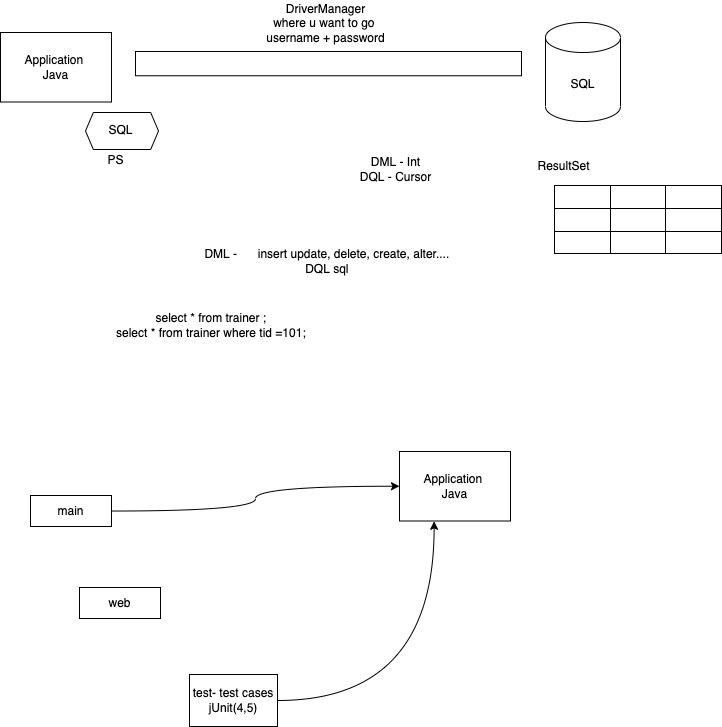
This is images/day5.drawio.png from adithnaveen/2022-jul-asde-jfs-sapient, a draw.io export, as it was before one commit. Source tidied: cells renumbered, new cells last; positions are measured from the earlier drawing's top-left corner, leaving out a move shared by most shapes.
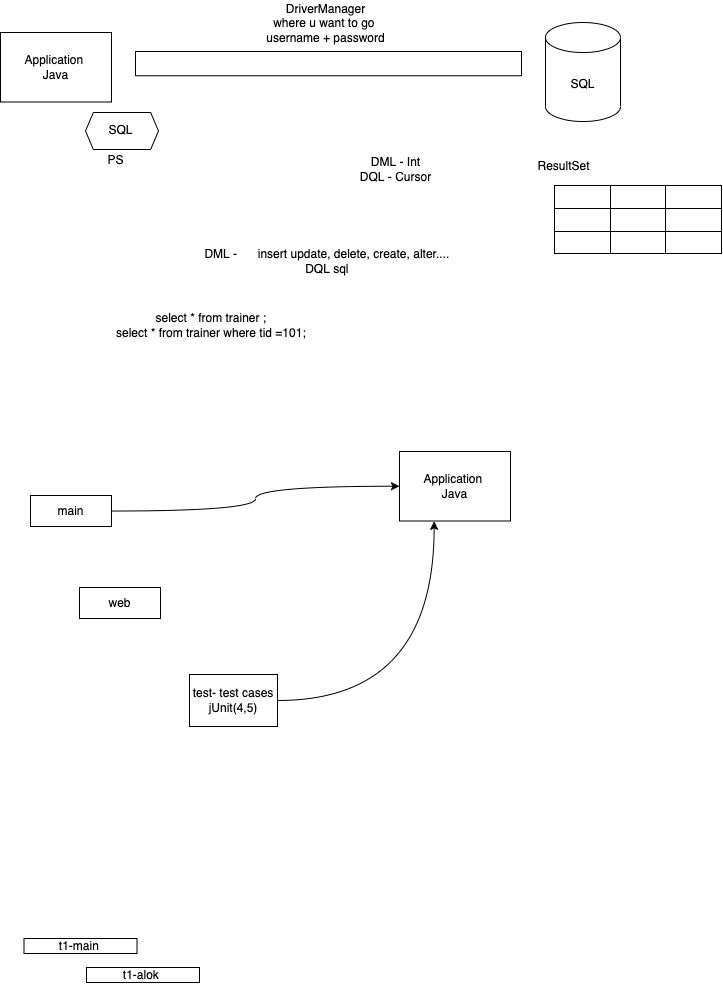
Above is the later version.

Diff of the diagram source:
```diff
@@ -92,5 +92,11 @@
     <mxCell id="31" value="test- test cases&lt;br&gt;jUnit(4,5)" style="rounded=0;whiteSpace=wrap;html=1;" parent="1" vertex="1">
       <mxGeometry x="189" y="674" width="88" height="52" as="geometry" />
     </mxCell>
+    <mxCell id="32" value="t1-main&amp;nbsp;" style="rounded=0;whiteSpace=wrap;html=1;" parent="1" vertex="1">
+      <mxGeometry x="23.5" y="938" width="113" height="15" as="geometry" />
+    </mxCell>
+    <mxCell id="33" value="t1-alok&amp;nbsp;" style="rounded=0;whiteSpace=wrap;html=1;" parent="1" vertex="1">
+      <mxGeometry x="86" y="967" width="113" height="15" as="geometry" />
+    </mxCell>
   </root>
 </mxGraphModel>
```
